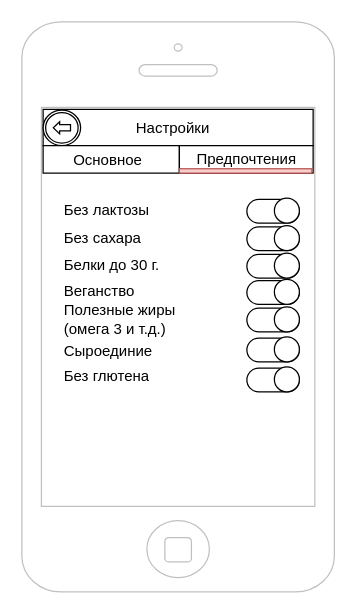
Sans321/jojo keeps this draw.io diagram as page "Page-2" (3 of 9) of Untitled Diagram.drawio. Above is the earlier version. Source tidied: cells renumbered, new cells numbered last; positions are measured from the earlier drawing's top-left corner, leaving out a move shared by most shapes. Both pictures are drawn from the tidied source at 125%, with x=0, y=0 at pixel (21, 21).
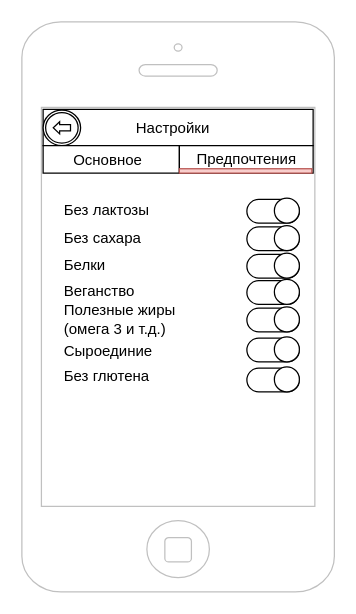
The same page after the edit.

The edit, as a diff of the source:
```diff
@@
-    <mxCell id="13" value="Белки до 30 г." style="text;html=1;strokeColor=none;fillColor=none;align=left;verticalAlign=middle;whiteSpace=wrap;rounded=0;" parent="1" vertex="1">
+    <mxCell id="13" value="Белки" style="text;html=1;strokeColor=none;fillColor=none;align=left;verticalAlign=middle;whiteSpace=wrap;rounded=0;" parent="1" vertex="1">
       <mxGeometry x="32" y="185" width="92" height="20" as="geometry" />
     </mxCell>
```
